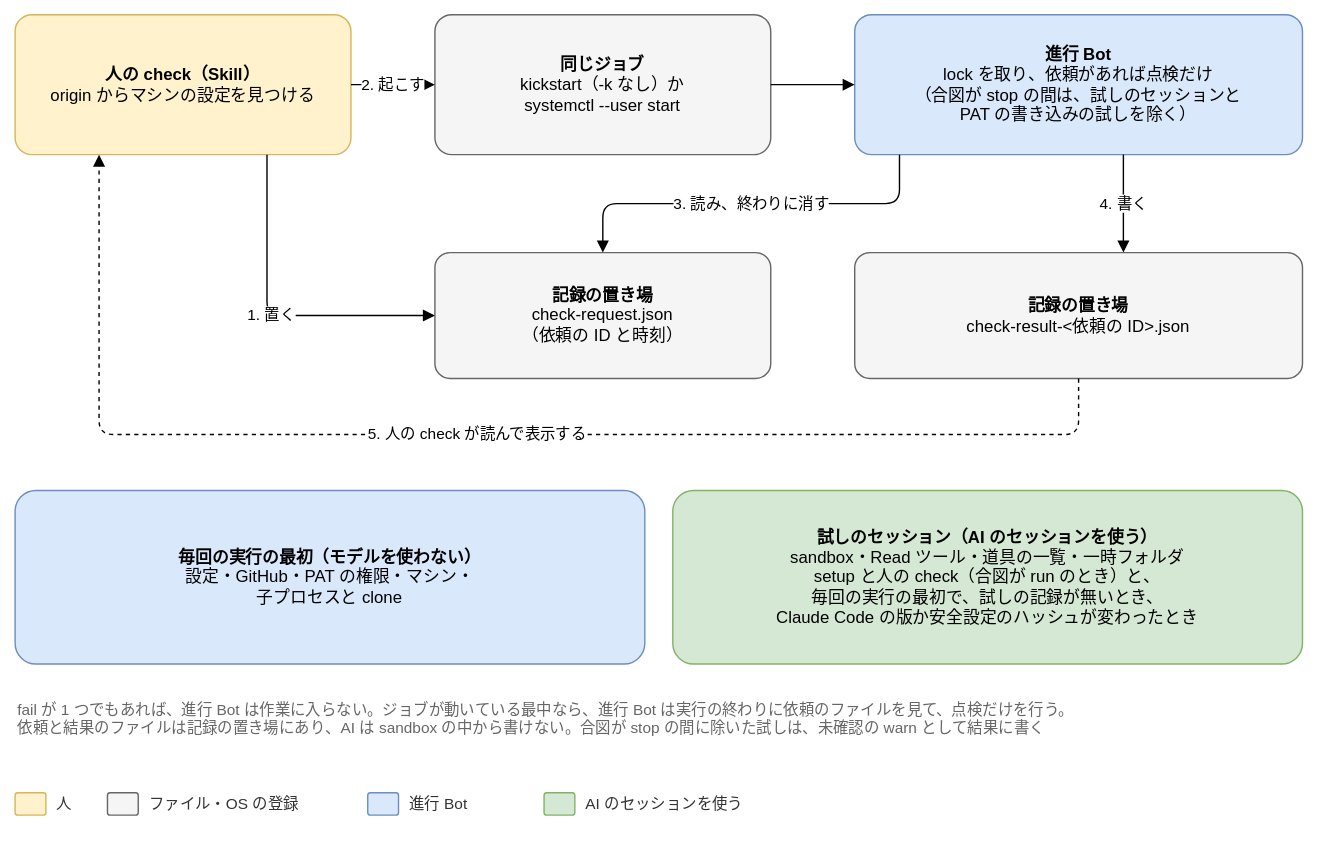
Earlier version of the draw.io export docs/design/basic/diagrams/04-check.drawio.svg (Joymerrevent/dev-autopilot). Source tidied: cells renumbered, new cells last; positions are measured from the earlier drawing's top-left corner, leaving out a move shared by most shapes.
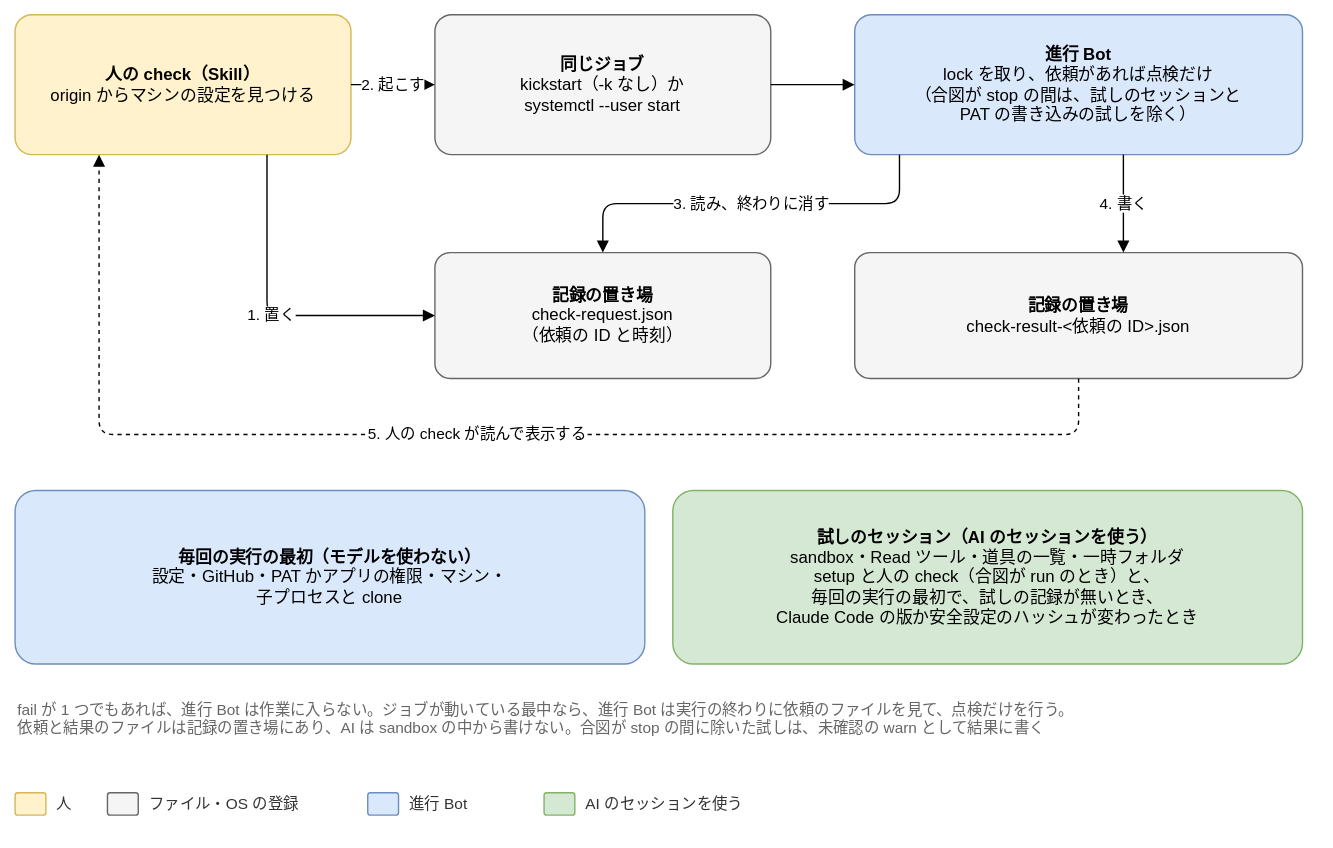
After the commit.

The edit, as a diff of the source:
```diff
@@ -45,7 +45,7 @@
         </Array>
       </mxGeometry>
     </mxCell>
-    <mxCell id="13" value="&lt;b&gt;毎回の実行の最初（モデルを使わない）&lt;/b&gt;&lt;br&gt;設定・GitHub・PAT の権限・マシン・&lt;br&gt;子プロセスと clone" style="rounded=1;whiteSpace=wrap;html=1;fontSize=12;arcSize=12;spacing=12;fillColor=#dae8fc;strokeColor=#6c8ebf;" parent="1" vertex="1">
+    <mxCell id="13" value="&lt;b&gt;毎回の実行の最初（モデルを使わない）&lt;/b&gt;&lt;br&gt;設定・GitHub・PAT かアプリの権限・マシン・&lt;br&gt;子プロセスと clone" style="rounded=1;whiteSpace=wrap;html=1;fontSize=12;arcSize=12;spacing=12;fillColor=#dae8fc;strokeColor=#6c8ebf;" parent="1" vertex="1">
       <mxGeometry y="340" width="450" height="124" as="geometry" />
     </mxCell>
     <mxCell id="14" value="&lt;b&gt;試しのセッション（AI のセッションを使う）&lt;/b&gt;&lt;br&gt;sandbox・Read ツール・道具の一覧・一時フォルダ&lt;br&gt;setup と人の check（合図が run のとき）と、&lt;br&gt;毎回の実行の最初で、試しの記録が無いとき、&lt;br&gt;Claude Code の版か安全設定のハッシュが変わったとき" style="rounded=1;whiteSpace=wrap;html=1;fontSize=12;arcSize=12;spacing=12;fillColor=#d5e8d4;strokeColor=#82b366;" parent="1" vertex="1">
```
